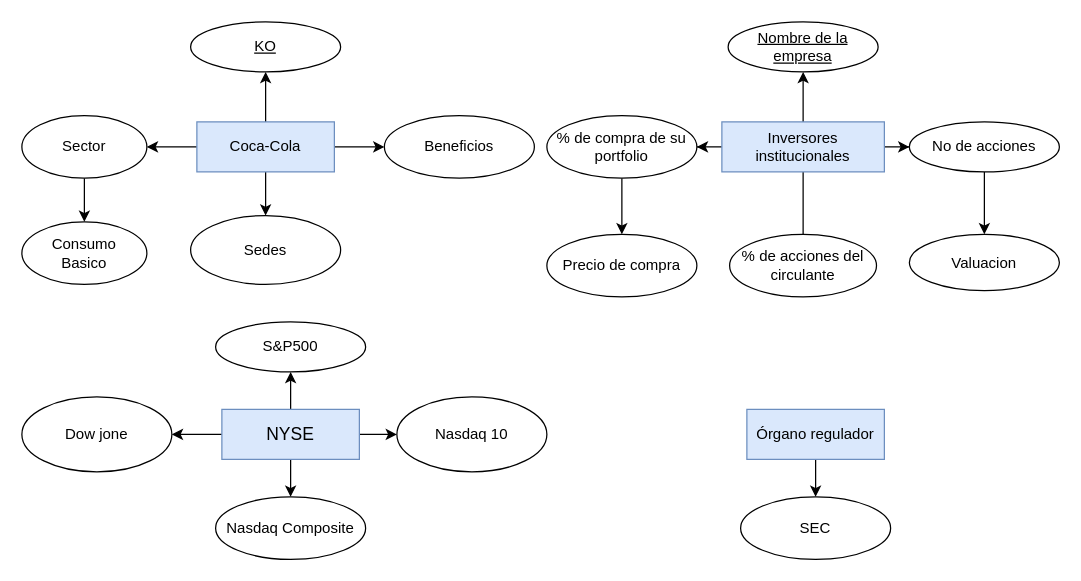
Earlier version of the draw.io diagram Diagrama sin título.drawio (Criistiialm/PlatziBlog). Source tidied: cells renumbered, new cells numbered last; positions are measured from the earlier drawing's top-left corner, leaving out a move shared by most shapes. Both pictures are drawn from the tidied source at 125%, with x=0, y=0 at pixel (21, 21).
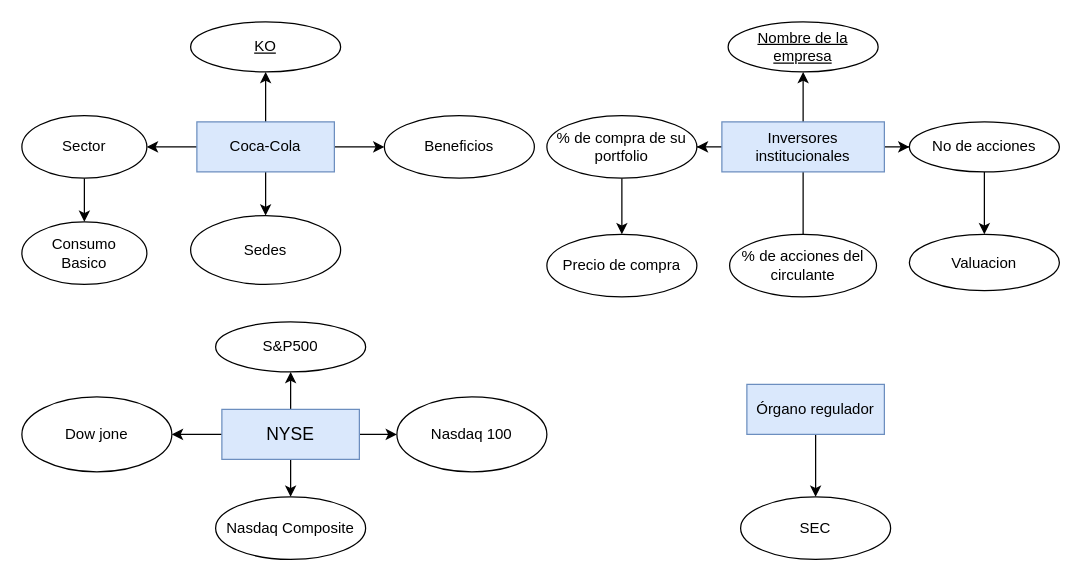
Above is the later version.

What changed in the source:
```diff
@@
     <mxCell id="13" value="Órgano regulador" style="rounded=0;whiteSpace=wrap;html=1;fillColor=#dae8fc;strokeColor=#6c8ebf;" parent="1" vertex="1">
-      <mxGeometry x="580" y="310" width="110" height="40" as="geometry" />
+      <mxGeometry x="580" y="290" width="110" height="40" as="geometry" />
     </mxCell>
@@
-    <mxCell id="36" value="Nasdaq 10" style="ellipse;whiteSpace=wrap;html=1;" parent="1" vertex="1">
+    <mxCell id="36" value="Nasdaq 100" style="ellipse;whiteSpace=wrap;html=1;" parent="1" vertex="1">
       <mxGeometry x="300" y="300" width="120" height="60" as="geometry" />
     </mxCell>
```
